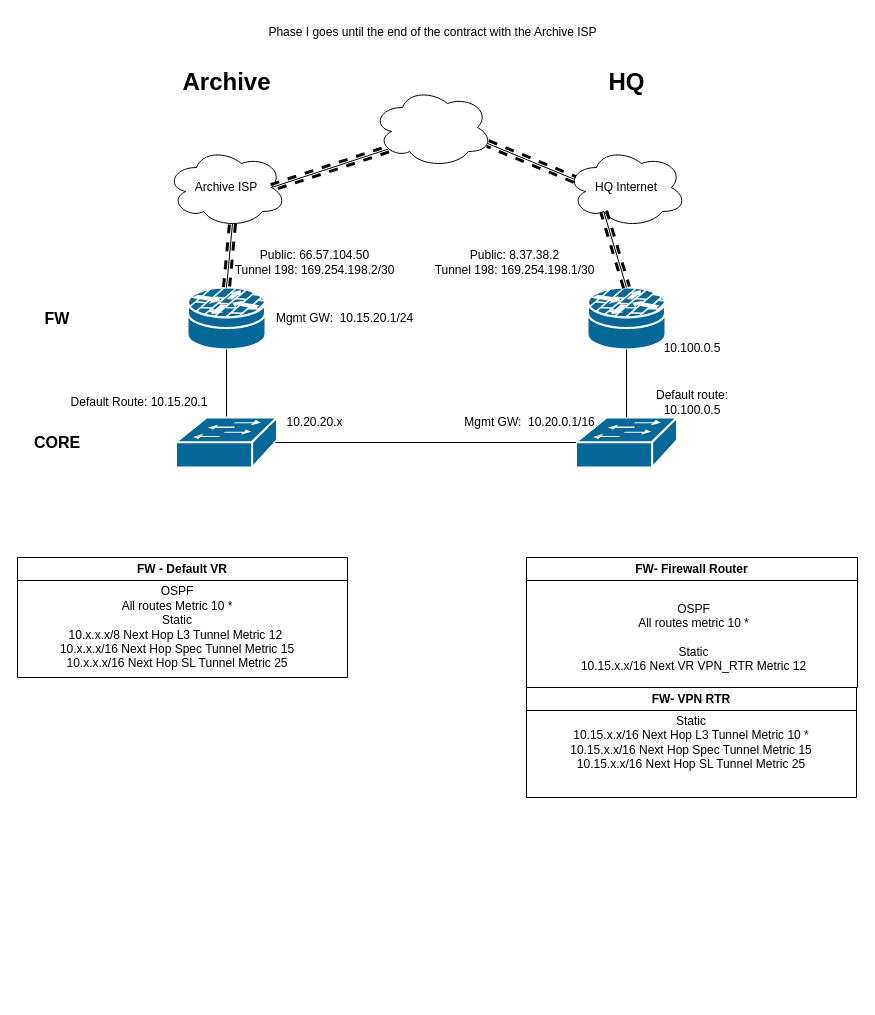
The draw.io diagram page "Delta Phase I" (2 of 2) of Archive.drawio in adamrt918/Diagram, before the edit. Source tidied: cells renumbered, new cells numbered last; positions are measured from the earlier drawing's top-left corner, leaving out a move shared by most shapes. Both pictures are drawn from the tidied source at 100%, with x=0, y=0 at pixel (17, 17).
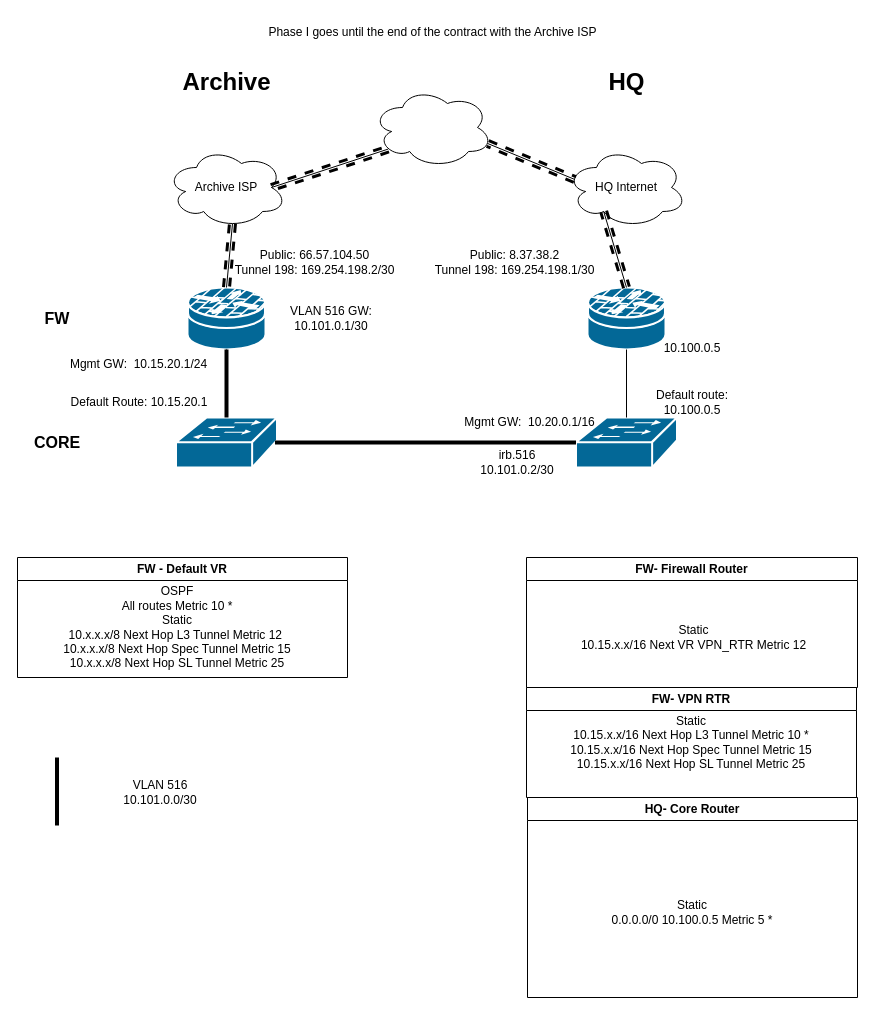
The same page after the edit.

The change refers to these unchanged cells:
```xml
<mxCell id="2" style="shape=mxgraph.cisco.security.router_firewall;sketch=0;html=1;dashed=0;fillColor=#036897;strokeColor=#ffffff;strokeWidth=2;verticalLabelPosition=bottom;verticalAlign=top;align=center;outlineConnect=0;" parent="1" vertex="1">
  <mxGeometry x="170" y="270" width="78" height="62" as="geometry" />
</mxCell>
<mxCell id="12" style="shape=mxgraph.cisco.switches.workgroup_switch;sketch=0;html=1;dashed=0;fillColor=#036897;strokeColor=#ffffff;strokeWidth=2;verticalLabelPosition=bottom;verticalAlign=top;align=center;outlineConnect=0;" parent="1" vertex="1">
  <mxGeometry x="558.5" y="400" width="101" height="50" as="geometry" />
</mxCell>
<mxCell id="14" style="shape=mxgraph.cisco.switches.workgroup_switch;sketch=0;html=1;dashed=0;fillColor=#036897;strokeColor=#ffffff;strokeWidth=2;verticalLabelPosition=bottom;verticalAlign=top;align=center;outlineConnect=0;" parent="1" vertex="1">
  <mxGeometry x="158.5" y="400" width="101" height="50" as="geometry" />
</mxCell>
<mxCell id="30" value="FW- Firewall Router" style="swimlane;whiteSpace=wrap;html=1;" parent="1" vertex="1">
  <mxGeometry x="509" y="540" width="331" height="130" as="geometry" />
</mxCell>
<mxCell id="32" value="FW - Default VR" style="swimlane;whiteSpace=wrap;html=1;" parent="1" vertex="1">
  <mxGeometry y="540" width="330" height="120" as="geometry" />
</mxCell>
```

What changed in the source:
```diff
@@
     <mxCell id="25" value="Mgmt GW:&amp;nbsp; 10.15.20.1/24" style="text;html=1;whiteSpace=wrap;strokeColor=none;fillColor=none;align=center;verticalAlign=middle;rounded=0;" parent="1" vertex="1">
-      <mxGeometry x="255" y="286" width="145" height="30" as="geometry" />
+      <mxGeometry x="49.4" y="332" width="145" height="30" as="geometry" />
     </mxCell>
@@
-    <mxCell id="31" value="&lt;div&gt;OSPF&lt;/div&gt;&lt;div&gt;All routes metric 10 *&lt;/div&gt;&lt;div&gt;&lt;br&gt;&lt;/div&gt;Static&lt;div&gt;10.15.x.x/16 Next VR VPN_RTR Metric 12&lt;/div&gt;" style="text;html=1;whiteSpace=wrap;strokeColor=none;fillColor=none;align=center;verticalAlign=middle;rounded=0;" parent="30" vertex="1">
+    <mxCell id="31" value="&lt;div&gt;&lt;span style=&quot;background-color: transparent; color: light-dark(rgb(0, 0, 0), rgb(255, 255, 255));&quot;&gt;Static&lt;/span&gt;&lt;/div&gt;&lt;div&gt;10.15.x.x/16 Next VR VPN_RTR Metric 12&lt;/div&gt;" style="text;html=1;whiteSpace=wrap;strokeColor=none;fillColor=none;align=center;verticalAlign=middle;rounded=0;" parent="30" vertex="1">
       <mxGeometry x="5" y="30" width="325" height="100" as="geometry" />
     </mxCell>
@@
-    <mxCell id="33" value="&lt;div&gt;OSPF&lt;/div&gt;&lt;div&gt;All routes Metric 10 *&lt;/div&gt;&lt;div&gt;Static&lt;/div&gt;10.x.x.x/8 Next Hop L3 Tunnel Metric 12&amp;nbsp;&lt;div&gt;10.x.x.x/16 Next Hop Spec Tunnel Metric 15&lt;/div&gt;&lt;div&gt;10.x.x.x/16 Next Hop SL Tunnel Metric 25&lt;/div&gt;" style="text;html=1;whiteSpace=wrap;strokeColor=none;fillColor=none;align=center;verticalAlign=middle;rounded=0;" parent="32" vertex="1">
+    <mxCell id="33" value="&lt;div&gt;OSPF&lt;/div&gt;&lt;div&gt;All routes Metric 10 *&lt;/div&gt;&lt;div&gt;Static&lt;/div&gt;10.x.x.x/8 Next Hop L3 Tunnel Metric 12&amp;nbsp;&lt;div&gt;10.x.x.x/8 Next Hop Spec Tunnel Metric 15&lt;/div&gt;&lt;div&gt;10.x.x.x/8 Next Hop SL Tunnel Metric 25&lt;/div&gt;" style="text;html=1;whiteSpace=wrap;strokeColor=none;fillColor=none;align=center;verticalAlign=middle;rounded=0;" parent="32" vertex="1">
       <mxGeometry y="20" width="320" height="100" as="geometry" />
     </mxCell>
@@
-    <mxCell id="37" style="endArrow=none;html=1;rounded=0;exitX=0.98;exitY=0.5;exitDx=0;exitDy=0;exitPerimeter=0;entryX=0;entryY=0.5;entryDx=0;entryDy=0;entryPerimeter=0;" parent="1" edge="1" source="14" target="12">
+    <mxCell id="37" style="endArrow=none;html=1;rounded=0;exitX=0.98;exitY=0.5;exitDx=0;exitDy=0;exitPerimeter=0;entryX=0;entryY=0.5;entryDx=0;entryDy=0;entryPerimeter=0;strokeWidth=4;strokeColor=light-dark(#000000,#FFFF33);" parent="1" edge="1" source="14" target="12">
       <mxGeometry relative="1" as="geometry" />
     </mxCell>
-    <mxCell id="38" value="10.20.20.x" style="text;html=1;whiteSpace=wrap;strokeColor=none;fillColor=none;align=center;verticalAlign=middle;rounded=0;" parent="1" vertex="1">
-      <mxGeometry x="255" y="390" width="85" height="30" as="geometry" />
-    </mxCell>
+    <mxCell id="39" style="endArrow=none;html=1;rounded=0;exitX=0.5;exitY=0;exitDx=0;exitDy=0;exitPerimeter=0;entryX=0.5;entryY=1;entryDx=0;entryDy=0;entryPerimeter=0;strokeWidth=4;strokeColor=light-dark(#000000,#FFFF33);" parent="1" edge="1" source="14" target="2">
+      <mxGeometry relative="1" as="geometry" />
+    </mxCell>
+    <mxCell id="40" style="endArrow=none;html=1;rounded=0;exitX=0.5;exitY=0;exitDx=0;exitDy=0;exitPerimeter=0;entryX=0.5;entryY=1;entryDx=0;entryDy=0;entryPerimeter=0;strokeWidth=4;strokeColor=light-dark(#000000,#FFFF33);" parent="1" edge="1">
+      <mxGeometry relative="1" as="geometry">
+        <mxPoint x="39.5" y="808" as="sourcePoint" />
+        <mxPoint x="39.5" y="740" as="targetPoint" />
+      </mxGeometry>
+    </mxCell>
+    <mxCell id="41" value="VLAN 516&lt;div&gt;10.101.0.0/30&lt;/div&gt;" style="text;html=1;whiteSpace=wrap;strokeColor=none;fillColor=none;align=center;verticalAlign=middle;rounded=0;" parent="1" vertex="1">
+      <mxGeometry x="38" y="750" width="210" height="50" as="geometry" />
+    </mxCell>
+    <mxCell id="42" value="VLAN 516 GW: 10.101.0.1/30" style="text;html=1;whiteSpace=wrap;strokeColor=none;fillColor=none;align=center;verticalAlign=middle;rounded=0;" parent="1" vertex="1">
+      <mxGeometry x="248" y="286" width="132" height="30" as="geometry" />
+    </mxCell>
+    <mxCell id="43" value="irb.516&lt;div&gt;10.101.0.2/30&lt;/div&gt;" style="text;html=1;whiteSpace=wrap;strokeColor=none;fillColor=none;align=center;verticalAlign=middle;rounded=0;" parent="1" vertex="1">
+      <mxGeometry x="440" y="430" width="120" height="30" as="geometry" />
+    </mxCell>
+    <mxCell id="44" value="HQ- Core Router" style="swimlane;whiteSpace=wrap;html=1;" parent="1" vertex="1">
+      <mxGeometry x="510" y="780" width="330" height="200" as="geometry" />
+    </mxCell>
+    <mxCell id="45" value="Static &lt;br&gt;0.0.0.0/0 10.100.0.5 Metric 5 *" style="text;html=1;whiteSpace=wrap;strokeColor=none;fillColor=none;align=center;verticalAlign=middle;rounded=0;" parent="1" vertex="1">
+      <mxGeometry x="510" y="810" width="330" height="170" as="geometry" />
+    </mxCell>
```
